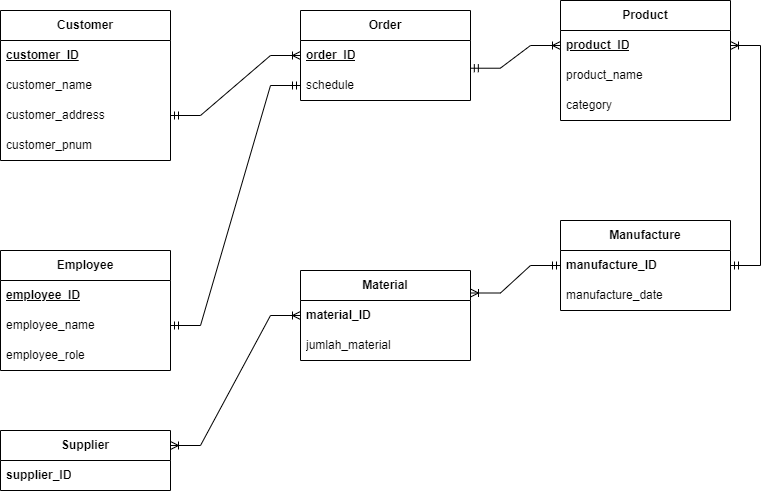
Above: Diagram Tanpa Judul.drawio.png in dicodella/dicodella (draw.io), before the change. Source tidied: cells renumbered, new cells last; positions are measured from the earlier drawing's top-left corner, leaving out a move shared by most shapes.
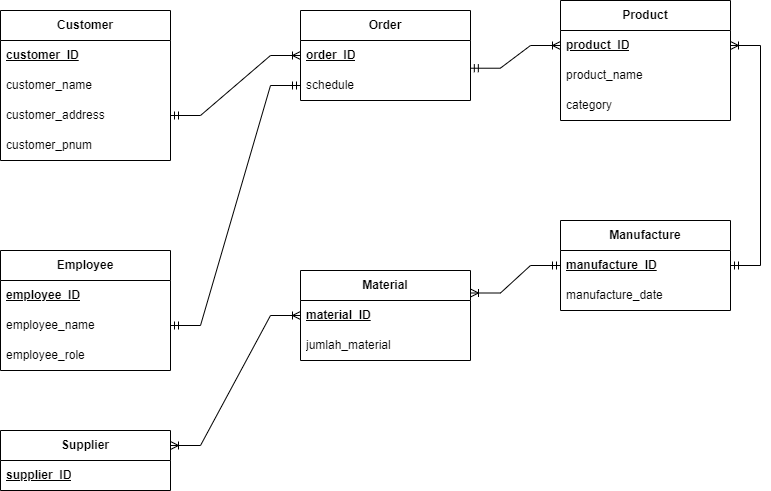
The same file after the commit.

The edit, as a diff of the source:
```diff
@@ -50,7 +50,7 @@
     <mxCell id="17" value="&lt;b&gt;Material&lt;/b&gt;" style="swimlane;fontStyle=0;horizontal=1;startSize=30;whiteSpace=wrap;html=1;" parent="1" vertex="1">
       <mxGeometry x="300" y="270" width="170" height="90" as="geometry" />
     </mxCell>
-    <mxCell id="18" value="&lt;b&gt;material_ID&lt;/b&gt;" style="text;strokeColor=none;fillColor=none;align=left;verticalAlign=middle;spacingLeft=4;spacingRight=4;overflow=hidden;points=[[0,0.5],[1,0.5]];portConstraint=eastwest;whiteSpace=wrap;html=1;" parent="17" vertex="1">
+    <mxCell id="18" value="&lt;b&gt;material_ID&lt;/b&gt;" style="text;strokeColor=none;fillColor=none;align=left;verticalAlign=middle;spacingLeft=4;spacingRight=4;overflow=hidden;points=[[0,0.5],[1,0.5]];portConstraint=eastwest;whiteSpace=wrap;html=1;fontStyle=4;" parent="17" vertex="1">
       <mxGeometry y="30" width="170" height="30" as="geometry" />
     </mxCell>
     <mxCell id="19" value="jumlah_material" style="text;strokeColor=none;fillColor=none;align=left;verticalAlign=middle;spacingLeft=4;spacingRight=4;overflow=hidden;whiteSpace=wrap;html=1;" parent="17" vertex="1">
@@ -62,7 +62,7 @@
     <mxCell id="21" value="&lt;b&gt;Manufacture&lt;/b&gt;" style="swimlane;fontStyle=0;horizontal=1;startSize=30;whiteSpace=wrap;html=1;" parent="1" vertex="1">
       <mxGeometry x="560" y="220" width="170" height="90" as="geometry" />
     </mxCell>
-    <mxCell id="22" value="&lt;b&gt;manufacture_ID&lt;/b&gt;" style="text;strokeColor=none;fillColor=none;align=left;verticalAlign=middle;spacingLeft=4;spacingRight=4;overflow=hidden;points=[[0,0.5],[1,0.5]];portConstraint=eastwest;whiteSpace=wrap;html=1;" parent="21" vertex="1">
+    <mxCell id="22" value="&lt;b&gt;manufacture_ID&lt;/b&gt;" style="text;strokeColor=none;fillColor=none;align=left;verticalAlign=middle;spacingLeft=4;spacingRight=4;overflow=hidden;points=[[0,0.5],[1,0.5]];portConstraint=eastwest;whiteSpace=wrap;html=1;fontStyle=4;" parent="21" vertex="1">
       <mxGeometry y="30" width="170" height="30" as="geometry" />
     </mxCell>
     <mxCell id="23" value="manufacture_date" style="text;strokeColor=none;fillColor=none;align=left;verticalAlign=middle;spacingLeft=4;spacingRight=4;overflow=hidden;whiteSpace=wrap;html=1;" parent="21" vertex="1">
@@ -74,7 +74,7 @@
     <mxCell id="25" value="&lt;b&gt;Supplier&lt;/b&gt;" style="swimlane;fontStyle=0;horizontal=1;startSize=30;whiteSpace=wrap;html=1;" parent="1" vertex="1">
       <mxGeometry y="430" width="170" height="60" as="geometry" />
     </mxCell>
-    <mxCell id="26" value="&lt;b&gt;supplier_ID&lt;/b&gt;" style="text;strokeColor=none;fillColor=none;align=left;verticalAlign=middle;spacingLeft=4;spacingRight=4;overflow=hidden;whiteSpace=wrap;html=1;" parent="25" vertex="1">
+    <mxCell id="26" value="&lt;b&gt;supplier_ID&lt;/b&gt;" style="text;strokeColor=none;fillColor=none;align=left;verticalAlign=middle;spacingLeft=4;spacingRight=4;overflow=hidden;whiteSpace=wrap;html=1;fontStyle=4;" parent="25" vertex="1">
       <mxGeometry y="30" width="170" height="30" as="geometry" />
     </mxCell>
     <mxCell id="27" style="text;strokeColor=none;fillColor=none;align=left;verticalAlign=middle;spacingLeft=4;spacingRight=4;overflow=hidden;whiteSpace=wrap;html=1;" parent="25" vertex="1">
```
